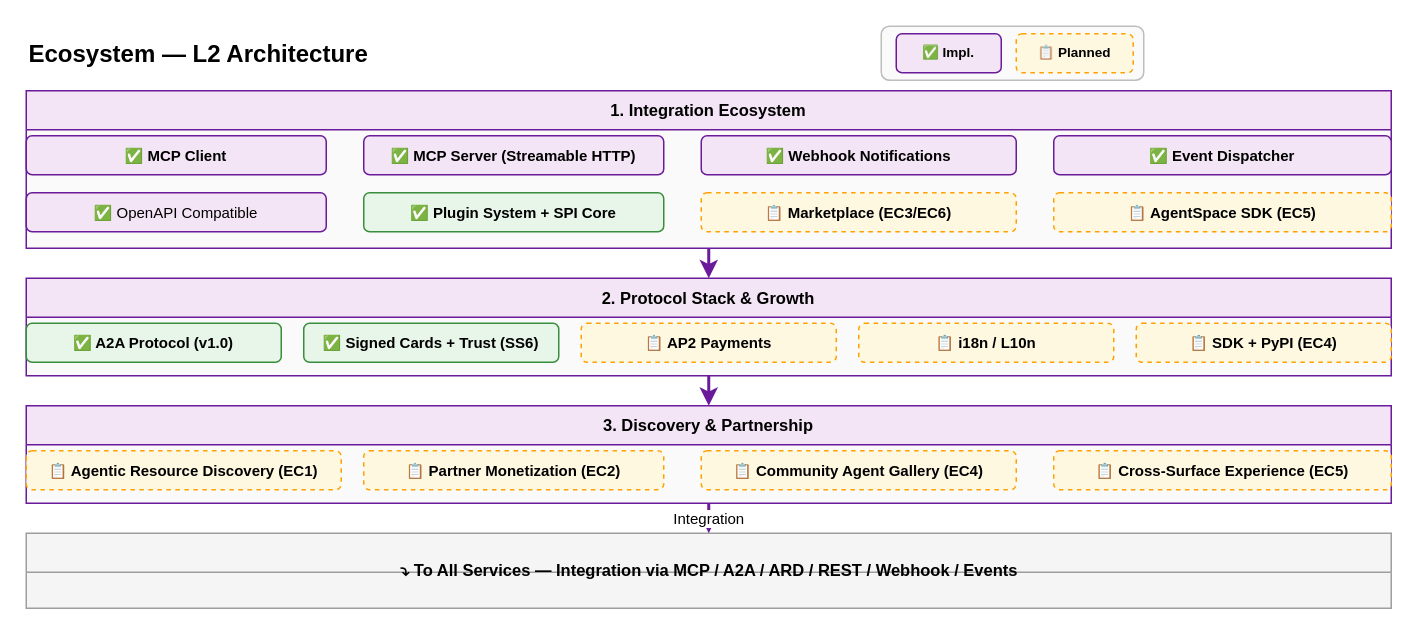
The draw.io diagram docs/design/hardware/ecosystem-l2.drawio in xueyufish/hecate, before the edit. Source tidied: cells renumbered, new cells numbered last; positions are measured from the earlier drawing's top-left corner, leaving out a move shared by most shapes. Both pictures are drawn from the tidied source at 150%, with x=0, y=0 at pixel (26, 26).
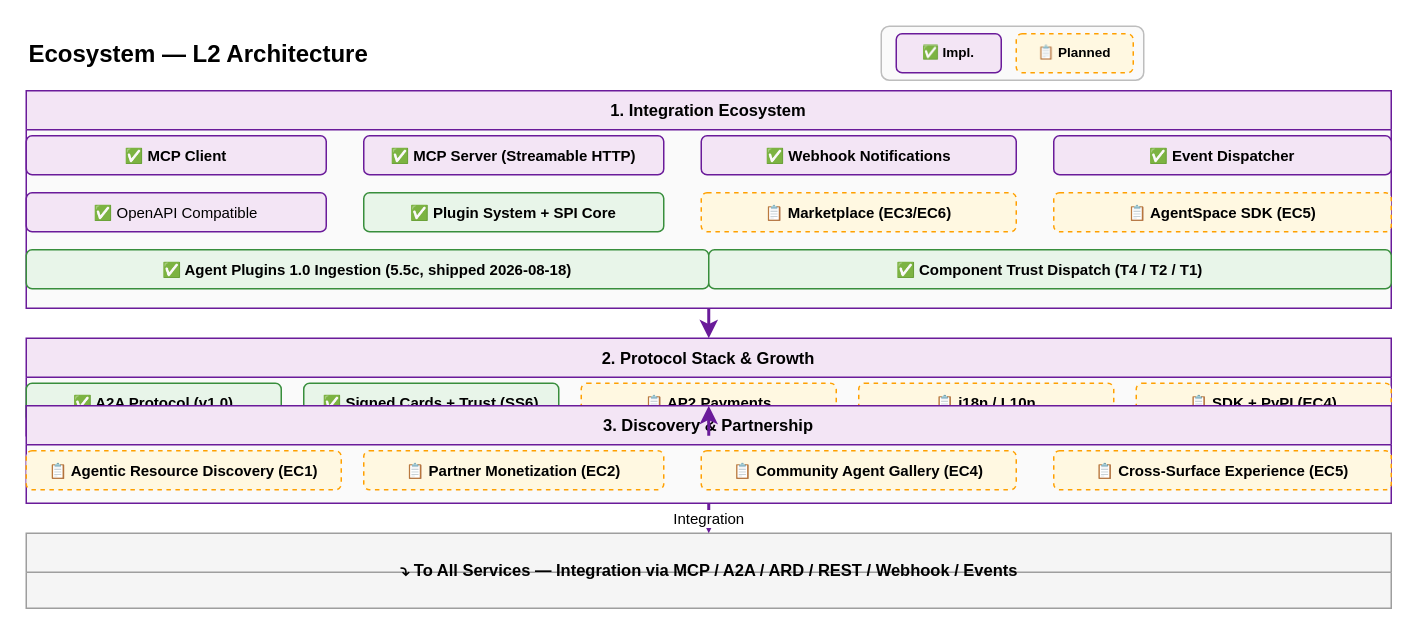
The same diagram, later.

What changed in the source:
```diff
@@
     <mxCell id="6" value="1. Integration Ecosystem" style="swimlane;startSize=26;fillColor=#F3E5F5;strokeColor=#6A1B9A;fontSize=11;fontStyle=1;swimlaneFillColor=#FAFAFA;" parent="1" vertex="1">
-      <mxGeometry y="43" width="910" height="105" as="geometry" />
+      <mxGeometry y="43" width="910" height="145" as="geometry" />
     </mxCell>
@@
+    <mxCell id="31" value="✅ Agent Plugins 1.0 Ingestion (5.5c, shipped 2026-08-18)" style="rounded=1;whiteSpace=wrap;html=1;fillColor=#E8F5E9;strokeColor=#388E3C;fontSize=10;fontStyle=1;" parent="6" vertex="1">
+      <mxGeometry y="106" width="455" height="26" as="geometry" />
+    </mxCell>
+    <mxCell id="32" value="✅ Component Trust Dispatch (T4 / T2 / T1)" style="rounded=1;whiteSpace=wrap;html=1;fillColor=#E8F5E9;strokeColor=#388E3C;fontSize=10;fontStyle=1;" parent="6" vertex="1">
+      <mxGeometry x="455" y="106" width="455" height="26" as="geometry" />
+    </mxCell>
     <mxCell id="15" value="2. Protocol Stack &amp; Growth" style="swimlane;startSize=26;fillColor=#F3E5F5;strokeColor=#6A1B9A;fontSize=11;fontStyle=1;swimlaneFillColor=#FAFAFA;" parent="1" vertex="1">
-      <mxGeometry y="168" width="910" height="65" as="geometry" />
+      <mxGeometry y="208" width="910" height="65" as="geometry" />
     </mxCell>
```
